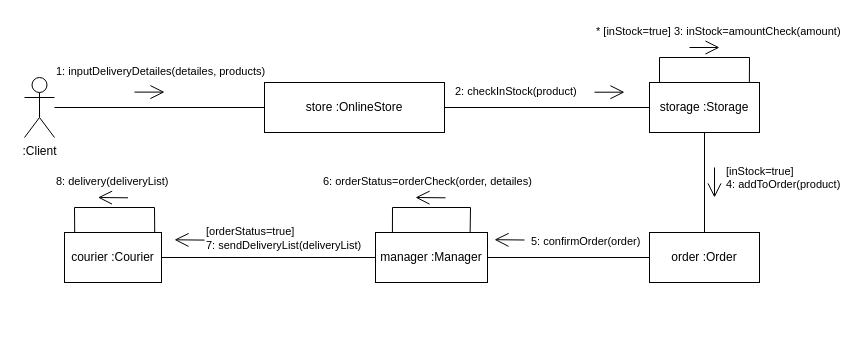
Earlier version of the draw.io diagram Lab1/Диаграмма коммуникаций.drawio (TallMan653/UML-farm-produce-sales-app). Source tidied: cells renumbered, new cells numbered last; positions are measured from the earlier drawing's top-left corner, leaving out a move shared by most shapes. Both pictures are drawn from the tidied source at 100%, with x=0, y=0 at pixel (24, 17).
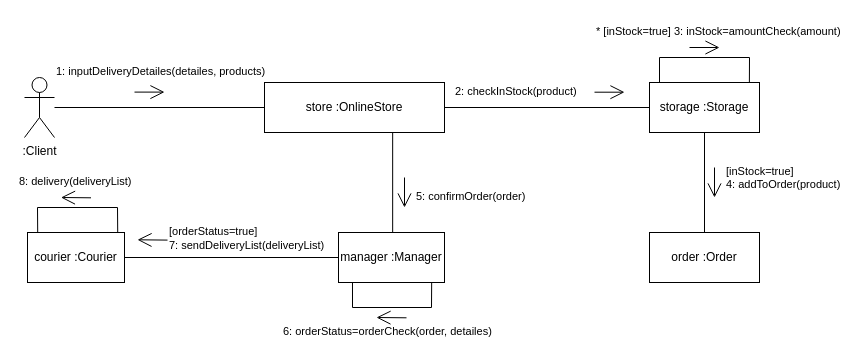
Above is the later version.

The change refers to these unchanged cells:
```xml
<mxCell id="4" value="order :Order" style="html=1;whiteSpace=wrap;" parent="1" vertex="1">
  <mxGeometry x="625" y="215" width="110" height="50" as="geometry" />
</mxCell>
<mxCell id="7" value="store :OnlineStore" style="html=1;whiteSpace=wrap;" parent="1" vertex="1">
  <mxGeometry x="240" y="65" width="180" height="50" as="geometry" />
</mxCell>
```

Change to the diagram source:
```diff
@@
     <mxCell id="3" value="manager :Manager" style="html=1;whiteSpace=wrap;" parent="1" vertex="1">
-      <mxGeometry x="351" y="215" width="112" height="50" as="geometry" />
+      <mxGeometry x="314" y="215" width="106" height="50" as="geometry" />
     </mxCell>
@@
     <mxCell id="5" value="courier :Courier" style="html=1;whiteSpace=wrap;" parent="1" vertex="1">
-      <mxGeometry x="40" y="215" width="97" height="50" as="geometry" />
+      <mxGeometry x="3" y="215" width="97" height="50" as="geometry" />
     </mxCell>
@@
     <mxCell id="20" value="&lt;span style=&quot;color: rgb(0, 0, 0); font-family: Helvetica; font-size: 11px; font-style: normal; font-variant-ligatures: normal; font-variant-caps: normal; font-weight: 400; letter-spacing: normal; orphans: 2; text-align: center; text-indent: 0px; text-transform: none; widows: 2; word-spacing: 0px; -webkit-text-stroke-width: 0px; white-space: nowrap; background-color: rgb(255, 255, 255); text-decoration-thickness: initial; text-decoration-style: initial; text-decoration-color: initial; display: inline !important; float: none;&quot;&gt;5: confirmOrder(order)&lt;/span&gt;" style="text;whiteSpace=wrap;html=1;" parent="1" vertex="1">
-      <mxGeometry x="505" y="210" width="120" height="25" as="geometry" />
+      <mxGeometry x="390" y="165" width="120" height="25" as="geometry" />
     </mxCell>
-    <mxCell id="21" style="endArrow=none;html=1;rounded=0;entryX=0;entryY=0.5;entryDx=0;entryDy=0;exitX=1;exitY=0.5;exitDx=0;exitDy=0;" parent="1" edge="1" source="3" target="4">
+    <mxCell id="21" style="endArrow=none;html=1;rounded=0;entryX=0.511;entryY=0;entryDx=0;entryDy=0;exitX=0.712;exitY=0.999;exitDx=0;exitDy=0;exitPerimeter=0;entryPerimeter=0;" parent="1" edge="1" source="7" target="3">
       <mxGeometry relative="1" as="geometry" />
     </mxCell>
-    <mxCell id="22" style="endArrow=open;endFill=1;endSize=12;html=1;rounded=0;" parent="1" edge="1">
-      <mxGeometry relative="1" as="geometry">
-        <mxPoint x="500" y="222.5" as="sourcePoint" />
-        <mxPoint x="470" y="222.2" as="targetPoint" />
-      </mxGeometry>
-    </mxCell>
     <mxCell id="23" value="&lt;span style=&quot;color: rgb(0, 0, 0); font-family: Helvetica; font-size: 11px; font-style: normal; font-variant-ligatures: normal; font-variant-caps: normal; font-weight: 400; letter-spacing: normal; orphans: 2; text-align: center; text-indent: 0px; text-transform: none; widows: 2; word-spacing: 0px; -webkit-text-stroke-width: 0px; white-space: nowrap; background-color: rgb(255, 255, 255); text-decoration-thickness: initial; text-decoration-style: initial; text-decoration-color: initial; display: inline !important; float: none;&quot;&gt;6: orderStatus=orderCheck(order, detailes)&lt;/span&gt;" style="text;whiteSpace=wrap;html=1;" parent="1" vertex="1">
-      <mxGeometry x="297" y="150" width="220" height="30" as="geometry" />
+      <mxGeometry x="257" y="300" width="220" height="30" as="geometry" />
     </mxCell>
-    <mxCell id="24" style="endArrow=none;html=1;rounded=0;entryX=0.845;entryY=-0.003;entryDx=0;entryDy=0;entryPerimeter=0;exitX=0.151;exitY=0.006;exitDx=0;exitDy=0;exitPerimeter=0;" parent="1" edge="1" source="3" target="3">
-      <mxGeometry relative="1" as="geometry">
-        <Array as="points">
-          <mxPoint x="368" y="190" />
-          <mxPoint x="446" y="190" />
-        </Array>
-      </mxGeometry>
-    </mxCell>
     <mxCell id="25" style="endArrow=open;endFill=1;endSize=12;html=1;rounded=0;" parent="1" edge="1">
       <mxGeometry relative="1" as="geometry">
-        <mxPoint x="421" y="180.3" as="sourcePoint" />
-        <mxPoint x="391" y="180" as="targetPoint" />
+        <mxPoint x="382" y="300.3" as="sourcePoint" />
+        <mxPoint x="352" y="300" as="targetPoint" />
       </mxGeometry>
     </mxCell>
     <mxCell id="26" value="&lt;span style=&quot;color: rgb(0, 0, 0); font-family: Helvetica; font-size: 11px; font-style: normal; font-variant-ligatures: normal; font-variant-caps: normal; font-weight: 400; letter-spacing: normal; orphans: 2; text-align: center; text-indent: 0px; text-transform: none; widows: 2; word-spacing: 0px; -webkit-text-stroke-width: 0px; white-space: nowrap; background-color: rgb(255, 255, 255); text-decoration-thickness: initial; text-decoration-style: initial; text-decoration-color: initial; display: inline !important; float: none;&quot;&gt;[orderStatus=true] &lt;br&gt;7:&amp;nbsp;sendDeliveryList(deliveryList)&lt;/span&gt;" style="text;whiteSpace=wrap;html=1;" parent="1" vertex="1">
-      <mxGeometry x="180" y="200" width="160" height="30" as="geometry" />
+      <mxGeometry x="143" y="200" width="160" height="30" as="geometry" />
     </mxCell>
     <mxCell id="27" value="&lt;span style=&quot;color: rgb(0, 0, 0); font-family: Helvetica; font-size: 11px; font-style: normal; font-variant-ligatures: normal; font-variant-caps: normal; font-weight: 400; letter-spacing: normal; orphans: 2; text-align: center; text-indent: 0px; text-transform: none; widows: 2; word-spacing: 0px; -webkit-text-stroke-width: 0px; white-space: nowrap; background-color: rgb(255, 255, 255); text-decoration-thickness: initial; text-decoration-style: initial; text-decoration-color: initial; display: inline !important; float: none;&quot;&gt;8: delivery(deliveryList)&lt;/span&gt;" style="text;whiteSpace=wrap;html=1;" parent="1" vertex="1">
-      <mxGeometry x="30" y="150" width="120" height="30" as="geometry" />
+      <mxGeometry x="-7" y="150" width="120" height="30" as="geometry" />
     </mxCell>
@@
     <mxCell id="29" style="endArrow=open;endFill=1;endSize=12;html=1;rounded=0;" parent="1" edge="1">
       <mxGeometry relative="1" as="geometry">
-        <mxPoint x="180" y="222.6" as="sourcePoint" />
-        <mxPoint x="150" y="222.3" as="targetPoint" />
+        <mxPoint x="143" y="222.6" as="sourcePoint" />
+        <mxPoint x="113" y="222.3" as="targetPoint" />
       </mxGeometry>
     </mxCell>
     <mxCell id="30" style="endArrow=none;html=1;rounded=0;entryX=0.93;entryY=-0.005;entryDx=0;entryDy=0;entryPerimeter=0;exitX=0.105;exitY=-0.002;exitDx=0;exitDy=0;exitPerimeter=0;" parent="1" edge="1" source="5" target="5">
       <mxGeometry relative="1" as="geometry">
         <Array as="points">
-          <mxPoint x="50" y="190" />
-          <mxPoint x="130" y="190" />
+          <mxPoint x="13" y="190" />
+          <mxPoint x="93" y="190" />
         </Array>
       </mxGeometry>
     </mxCell>
     <mxCell id="31" style="endArrow=open;endFill=1;endSize=12;html=1;rounded=0;" parent="1" edge="1">
       <mxGeometry relative="1" as="geometry">
-        <mxPoint x="103.5" y="180.3" as="sourcePoint" />
-        <mxPoint x="73.5" y="180" as="targetPoint" />
+        <mxPoint x="66.5" y="180.3" as="sourcePoint" />
+        <mxPoint x="36.5" y="180" as="targetPoint" />
       </mxGeometry>
     </mxCell>
+    <mxCell id="24" style="endArrow=none;html=1;rounded=0;entryX=0.879;entryY=1.008;entryDx=0;entryDy=0;entryPerimeter=0;exitX=0.132;exitY=1.008;exitDx=0;exitDy=0;exitPerimeter=0;" parent="1" edge="1" source="3" target="3">
+      <mxGeometry relative="1" as="geometry">
+        <Array as="points">
+          <mxPoint x="328" y="290" />
+          <mxPoint x="407" y="290" />
+        </Array>
+      </mxGeometry>
+    </mxCell>
+    <mxCell id="32" style="endArrow=open;endFill=1;endSize=12;html=1;rounded=0;" parent="1" edge="1">
+      <mxGeometry relative="1" as="geometry">
+        <mxPoint x="380" y="160" as="sourcePoint" />
+        <mxPoint x="380" y="190" as="targetPoint" />
+      </mxGeometry>
+    </mxCell>
```
